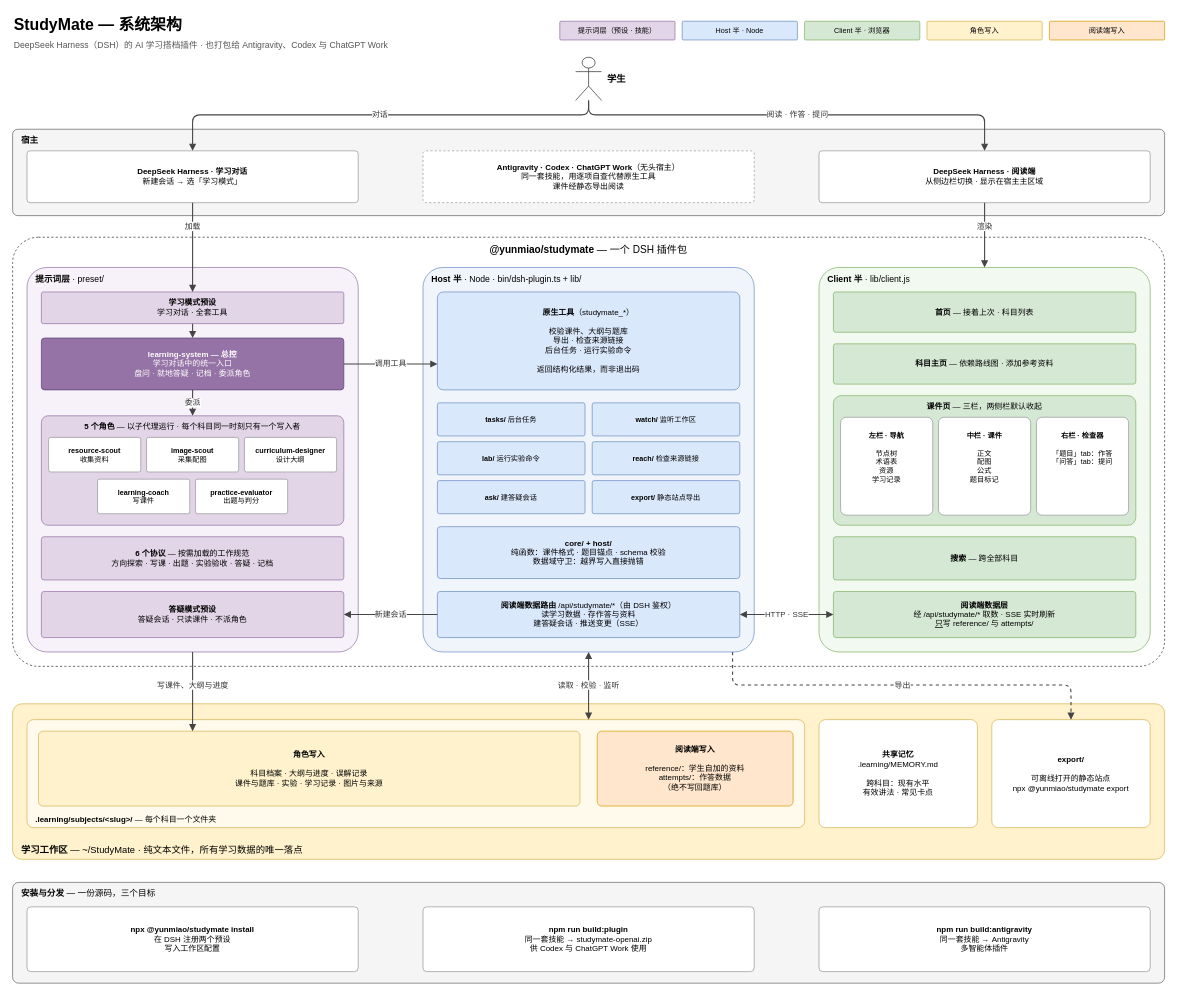
Earlier version of the draw.io diagram docs/images/architecture.drawio (544244857/Study-Mate). Source tidied: cells renumbered, new cells numbered last; positions are measured from the earlier drawing's top-left corner, leaving out a move shared by most shapes. Both pictures are drawn from the tidied source at 72%, with x=0, y=0 at pixel (12, 12).
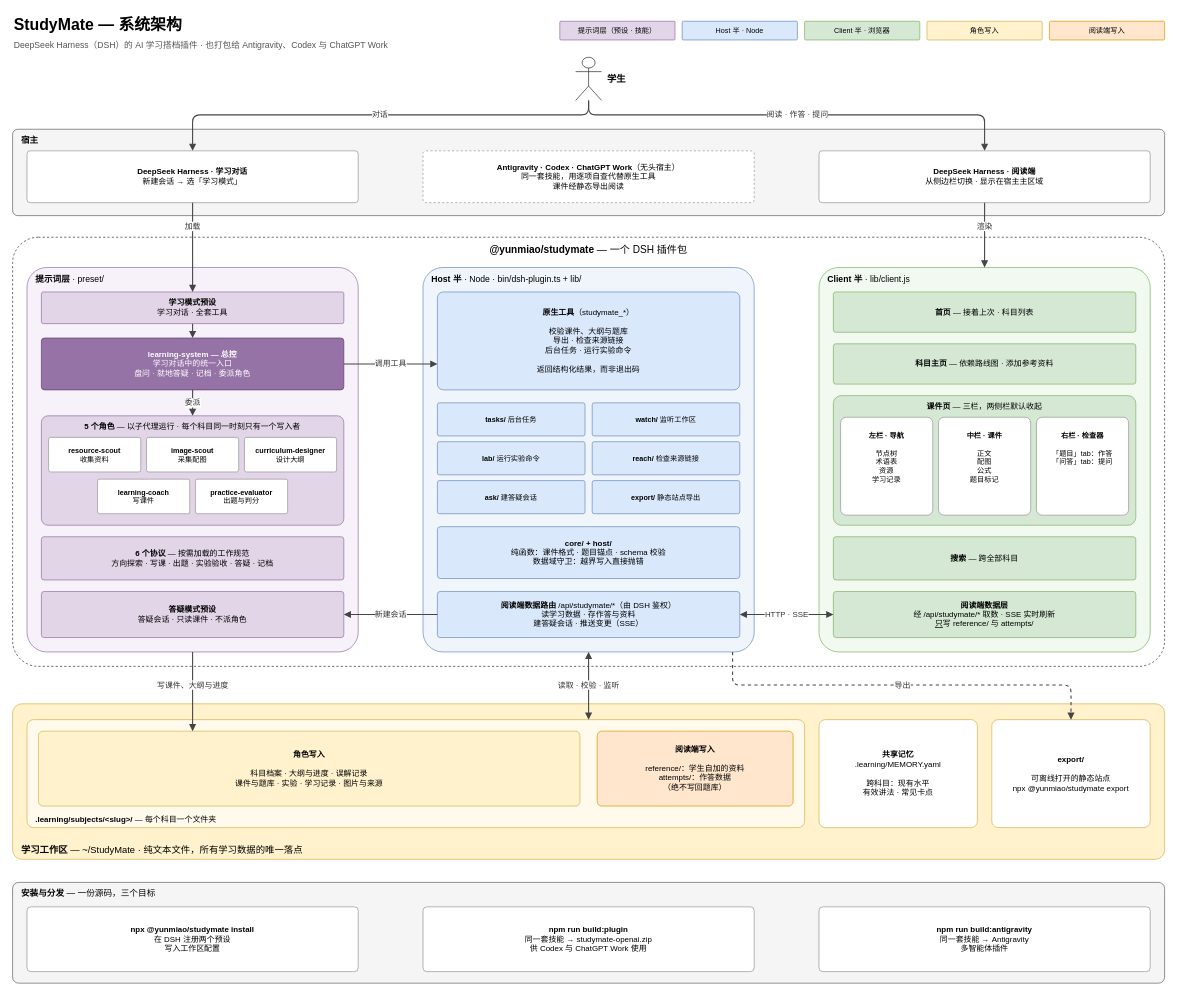
After the change.

Diff of the diagram source:
```diff
@@
-    <mxCell id="49" value="&lt;b&gt;共享记忆&lt;/b&gt;&lt;br&gt;.learning/MEMORY.md&lt;br&gt;&lt;br&gt;跨科目：现有水平&lt;br&gt;有效讲法 · 常见卡点" style="rounded=1;arcSize=6;whiteSpace=wrap;html=1;fillColor=#ffffff;strokeColor=#d6b656;fontSize=11;align=center;verticalAlign=middle;fontColor=#000000;" parent="1" vertex="1">
+    <mxCell id="49" value="&lt;b&gt;共享记忆&lt;/b&gt;&lt;br&gt;.learning/MEMORY.yaml&lt;br&gt;&lt;br&gt;跨科目：现有水平&lt;br&gt;有效讲法 · 常见卡点" style="rounded=1;arcSize=6;whiteSpace=wrap;html=1;fillColor=#ffffff;strokeColor=#d6b656;fontSize=11;align=center;verticalAlign=middle;fontColor=#000000;" parent="1" vertex="1">
       <mxGeometry x="1120" y="982" width="220" height="150" as="geometry" />
     </mxCell>
```
